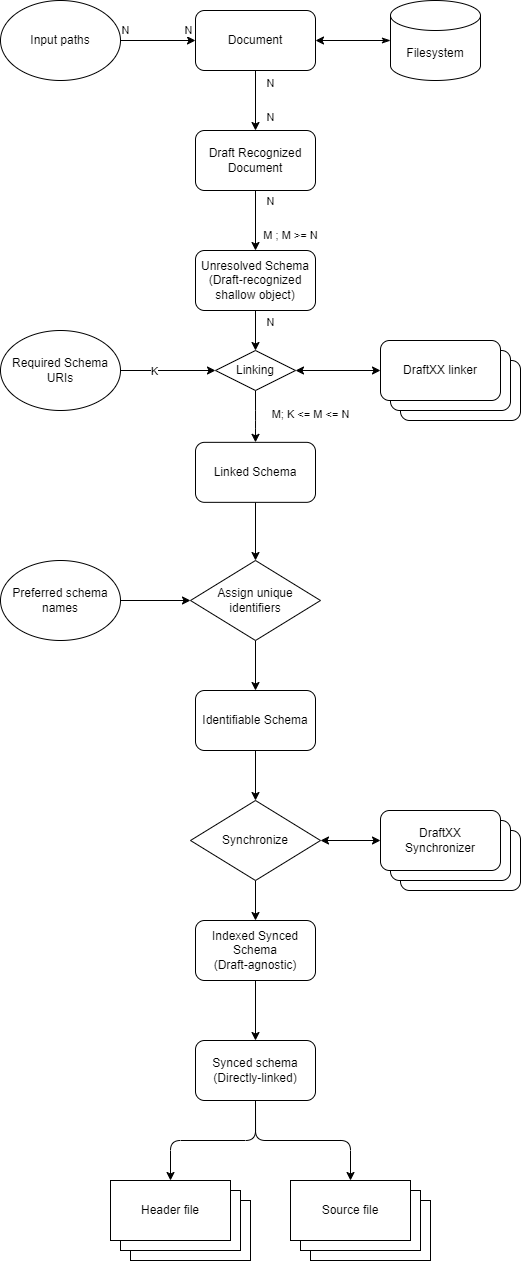
sakars/JSOG keeps this draw.io diagram as docs/pipeline.drawio.png. Above is the earlier version. Source tidied: cells renumbered, new cells last; positions are measured from the earlier drawing's top-left corner, leaving out a move shared by most shapes.
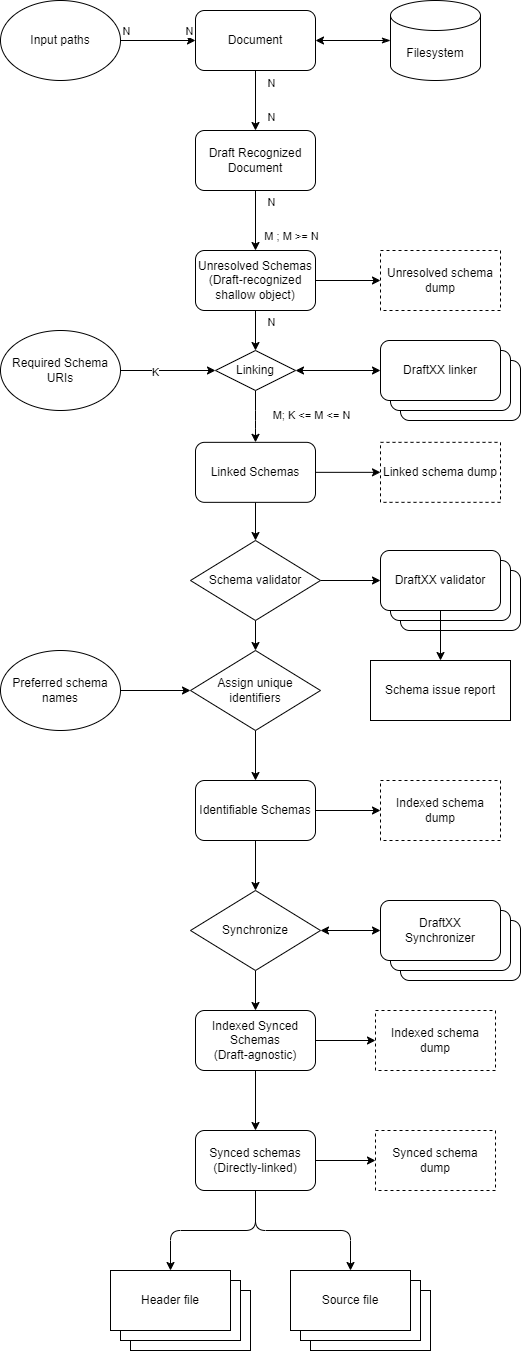
The same diagram one commit later.

Commit message:
Schema issue reporter and draft-specific code reorganization

Change to the diagram source:
```diff
@@ -42,20 +42,29 @@
         <mxPoint x="16" y="5" as="offset" />
       </mxGeometry>
     </mxCell>
+    <mxCell id="58" style="edgeStyle=none;html=1;exitX=1;exitY=0.5;exitDx=0;exitDy=0;entryX=0;entryY=0.5;entryDx=0;entryDy=0;" parent="1" edge="1" source="12" target="77">
+      <mxGeometry relative="1" as="geometry" />
+    </mxCell>
-    <mxCell id="12" value="Unresolved Schema&lt;br&gt;(Draft-recognized shallow object)" style="rounded=1;whiteSpace=wrap;html=1;" parent="1" vertex="1">
+    <mxCell id="12" value="Unresolved Schemas&lt;br&gt;(Draft-recognized shallow object)" style="rounded=1;whiteSpace=wrap;html=1;" parent="1" vertex="1">
       <mxGeometry x="195" y="250" width="120" height="60" as="geometry" />
     </mxCell>
-    <mxCell id="13" style="edgeStyle=orthogonalEdgeStyle;html=1;exitX=0.5;exitY=1;exitDx=0;exitDy=0;entryX=0.5;entryY=0;entryDx=0;entryDy=0;startArrow=none;startFill=0;endArrow=classic;endFill=1;" parent="1" edge="1" source="14" target="29">
-      <mxGeometry relative="1" as="geometry" />
-    </mxCell>
+    <mxCell id="59" style="edgeStyle=none;html=1;exitX=0.5;exitY=1;exitDx=0;exitDy=0;entryX=0.5;entryY=0;entryDx=0;entryDy=0;" parent="1" edge="1" source="14" target="66">
+      <mxGeometry relative="1" as="geometry" />
+    </mxCell>
+    <mxCell id="60" style="edgeStyle=none;html=1;exitX=1;exitY=0.5;exitDx=0;exitDy=0;entryX=0;entryY=0.5;entryDx=0;entryDy=0;" parent="1" edge="1" source="14" target="76">
+      <mxGeometry relative="1" as="geometry" />
+    </mxCell>
-    <mxCell id="14" value="Linked Schema" style="rounded=1;whiteSpace=wrap;html=1;" parent="1" vertex="1">
+    <mxCell id="14" value="Linked Schemas" style="rounded=1;whiteSpace=wrap;html=1;" parent="1" vertex="1">
       <mxGeometry x="195" y="441.8" width="120" height="60" as="geometry" />
     </mxCell>
     <mxCell id="15" style="edgeStyle=orthogonalEdgeStyle;html=1;exitX=0.5;exitY=1;exitDx=0;exitDy=0;entryX=0.5;entryY=0;entryDx=0;entryDy=0;startArrow=none;startFill=0;endArrow=classic;endFill=1;" parent="1" edge="1" source="16" target="42">
       <mxGeometry relative="1" as="geometry" />
     </mxCell>
+    <mxCell id="61" style="edgeStyle=none;html=1;exitX=1;exitY=0.5;exitDx=0;exitDy=0;entryX=0;entryY=0.5;entryDx=0;entryDy=0;" parent="1" edge="1" source="16" target="75">
+      <mxGeometry relative="1" as="geometry" />
+    </mxCell>
-    <mxCell id="16" value="Identifiable Schema" style="rounded=1;whiteSpace=wrap;html=1;" parent="1" vertex="1">
-      <mxGeometry x="195" y="690" width="120" height="60" as="geometry" />
+    <mxCell id="16" value="Identifiable Schemas" style="rounded=1;whiteSpace=wrap;html=1;" parent="1" vertex="1">
+      <mxGeometry x="195" y="780" width="120" height="60" as="geometry" />
     </mxCell>
     <mxCell id="17" style="edgeStyle=orthogonalEdgeStyle;html=1;exitX=1;exitY=0.5;exitDx=0;exitDy=0;entryX=0;entryY=0.5;entryDx=0;entryDy=0;startArrow=none;startFill=0;endArrow=classic;endFill=1;" parent="1" edge="1" source="20" target="5">
       <mxGeometry relative="1" as="geometry" />
@@ -105,13 +114,13 @@
       <mxGeometry relative="1" as="geometry" />
     </mxCell>
     <mxCell id="29" value="Assign unique identifiers" style="rhombus;whiteSpace=wrap;html=1;" parent="1" vertex="1">
-      <mxGeometry x="190" y="560" width="130" height="80" as="geometry" />
+      <mxGeometry x="190" y="650" width="130" height="80" as="geometry" />
     </mxCell>
     <mxCell id="30" style="edgeStyle=orthogonalEdgeStyle;html=1;exitX=1;exitY=0.5;exitDx=0;exitDy=0;entryX=0;entryY=0.5;entryDx=0;entryDy=0;startArrow=none;startFill=0;endArrow=classic;endFill=1;" parent="1" edge="1" source="31" target="29">
       <mxGeometry relative="1" as="geometry" />
     </mxCell>
     <mxCell id="31" value="Preferred schema names" style="ellipse;whiteSpace=wrap;html=1;" parent="1" vertex="1">
-      <mxGeometry y="560" width="120" height="80" as="geometry" />
+      <mxGeometry y="650" width="120" height="80" as="geometry" />
     </mxCell>
     <mxCell id="32" style="group;" parent="1" vertex="1">
       <mxGeometry x="380" y="340" width="140" height="80" as="geometry" />
@@ -134,8 +143,11 @@
     <mxCell id="38" style="edgeStyle=orthogonalEdgeStyle;html=1;exitX=0.5;exitY=1;exitDx=0;exitDy=0;startArrow=none;startFill=0;endArrow=classic;endFill=1;" parent="1" edge="1" source="39" target="49">
       <mxGeometry relative="1" as="geometry" />
     </mxCell>
+    <mxCell id="62" style="edgeStyle=none;html=1;exitX=1;exitY=0.5;exitDx=0;exitDy=0;entryX=0;entryY=0.5;entryDx=0;entryDy=0;" parent="1" edge="1" source="39" target="74">
+      <mxGeometry relative="1" as="geometry" />
+    </mxCell>
-    <mxCell id="39" value="Indexed Synced Schema&lt;br&gt;(Draft-agnostic)" style="rounded=1;whiteSpace=wrap;html=1;" parent="1" vertex="1">
-      <mxGeometry x="195" y="920" width="120" height="60" as="geometry" />
+    <mxCell id="39" value="Indexed Synced Schemas&lt;br&gt;(Draft-agnostic)" style="rounded=1;whiteSpace=wrap;html=1;" parent="1" vertex="1">
+      <mxGeometry x="195" y="1010" width="120" height="60" as="geometry" />
     </mxCell>
     <mxCell id="40" style="edgeStyle=orthogonalEdgeStyle;html=1;exitX=0.5;exitY=1;exitDx=0;exitDy=0;entryX=0.5;entryY=0;entryDx=0;entryDy=0;startArrow=none;startFill=0;endArrow=classic;endFill=1;" parent="1" edge="1" source="42" target="39">
       <mxGeometry relative="1" as="geometry" />
@@ -144,10 +156,10 @@
       <mxGeometry relative="1" as="geometry" />
     </mxCell>
     <mxCell id="42" value="Synchronize" style="rhombus;whiteSpace=wrap;html=1;" parent="1" vertex="1">
-      <mxGeometry x="190" y="800" width="130" height="80" as="geometry" />
+      <mxGeometry x="190" y="890" width="130" height="80" as="geometry" />
     </mxCell>
     <mxCell id="43" style="group;" parent="1" vertex="1">
-      <mxGeometry x="380" y="810" width="140" height="80" as="geometry" />
+      <mxGeometry x="380" y="900" width="140" height="80" as="geometry" />
     </mxCell>
     <mxCell id="44" style="rounded=1;whiteSpace=wrap;html=1;" parent="43" vertex="1">
       <mxGeometry x="20" y="20" width="120" height="60" as="geometry" />
@@ -164,11 +176,14 @@
     <mxCell id="48" style="edgeStyle=orthogonalEdgeStyle;html=1;exitX=0.5;exitY=1;exitDx=0;exitDy=0;entryX=0.5;entryY=0;entryDx=0;entryDy=0;startArrow=none;startFill=0;endArrow=classic;endFill=1;" parent="1" edge="1" source="49" target="57">
       <mxGeometry relative="1" as="geometry" />
     </mxCell>
+    <mxCell id="63" style="edgeStyle=none;html=1;exitX=1;exitY=0.5;exitDx=0;exitDy=0;entryX=0;entryY=0.5;entryDx=0;entryDy=0;" parent="1" edge="1" source="49" target="73">
+      <mxGeometry relative="1" as="geometry" />
+    </mxCell>
-    <mxCell id="49" value="Synced schema&lt;br&gt;(Directly-linked)" style="rounded=1;whiteSpace=wrap;html=1;" parent="1" vertex="1">
-      <mxGeometry x="195" y="1040" width="120" height="60" as="geometry" />
+    <mxCell id="49" value="Synced schemas&lt;br&gt;(Directly-linked)" style="rounded=1;whiteSpace=wrap;html=1;" parent="1" vertex="1">
+      <mxGeometry x="195" y="1130" width="120" height="60" as="geometry" />
     </mxCell>
     <mxCell id="50" style="group;" parent="1" vertex="1">
-      <mxGeometry x="110" y="1180" width="140" height="80" as="geometry" />
+      <mxGeometry x="110" y="1270" width="140" height="80" as="geometry" />
     </mxCell>
     <mxCell id="51" value="Header file" style="rounded=0;whiteSpace=wrap;html=1;" parent="50" vertex="1">
       <mxGeometry x="20" y="20" width="120" height="60" as="geometry" />
@@ -180,7 +195,7 @@
       <mxGeometry width="120" height="60" as="geometry" />
     </mxCell>
     <mxCell id="54" style="group;" parent="1" vertex="1">
-      <mxGeometry x="290" y="1180" width="140" height="80" as="geometry" />
+      <mxGeometry x="290" y="1270" width="140" height="80" as="geometry" />
     </mxCell>
     <mxCell id="55" value="Source file" style="rounded=0;whiteSpace=wrap;html=1;" parent="54" vertex="1">
       <mxGeometry x="20" y="20" width="120" height="60" as="geometry" />
@@ -191,5 +206,47 @@
     <mxCell id="57" value="Source file" style="rounded=0;whiteSpace=wrap;html=1;" parent="54" vertex="1">
       <mxGeometry width="120" height="60" as="geometry" />
     </mxCell>
+    <mxCell id="64" style="edgeStyle=none;html=1;exitX=0.5;exitY=1;exitDx=0;exitDy=0;entryX=0.5;entryY=0;entryDx=0;entryDy=0;" parent="1" edge="1" source="66" target="29">
+      <mxGeometry relative="1" as="geometry" />
+    </mxCell>
+    <mxCell id="65" style="edgeStyle=none;html=1;exitX=1;exitY=0.5;exitDx=0;exitDy=0;entryX=0;entryY=0.5;entryDx=0;entryDy=0;" parent="1" edge="1" source="66" target="70">
+      <mxGeometry relative="1" as="geometry" />
+    </mxCell>
+    <mxCell id="66" value="Schema validator" style="rhombus;whiteSpace=wrap;html=1;" parent="1" vertex="1">
+      <mxGeometry x="190" y="540" width="130" height="80" as="geometry" />
+    </mxCell>
+    <mxCell id="67" style="group;" parent="1" vertex="1">
+      <mxGeometry x="380" y="550" width="140" height="80" as="geometry" />
+    </mxCell>
+    <mxCell id="68" style="rounded=1;whiteSpace=wrap;html=1;" parent="67" vertex="1">
+      <mxGeometry x="20" y="20" width="120" height="60" as="geometry" />
+    </mxCell>
+    <mxCell id="69" style="rounded=1;whiteSpace=wrap;html=1;" parent="67" vertex="1">
+      <mxGeometry x="10" y="10" width="120" height="60" as="geometry" />
+    </mxCell>
+    <mxCell id="70" value="DraftXX validator" style="rounded=1;whiteSpace=wrap;html=1;" parent="67" vertex="1">
+      <mxGeometry width="120" height="60" as="geometry" />
+    </mxCell>
+    <mxCell id="71" style="edgeStyle=none;html=1;exitX=0.5;exitY=1;exitDx=0;exitDy=0;entryX=0.5;entryY=0;entryDx=0;entryDy=0;" parent="1" edge="1" source="70" target="72">
+      <mxGeometry relative="1" as="geometry" />
+    </mxCell>
+    <mxCell id="72" value="Schema issue report" style="rounded=0;whiteSpace=wrap;html=1;" parent="1" vertex="1">
+      <mxGeometry x="370" y="660" width="140" height="60" as="geometry" />
+    </mxCell>
+    <mxCell id="73" value="Synced schema dump" style="rounded=0;whiteSpace=wrap;html=1;dashed=1;" parent="1" vertex="1">
+      <mxGeometry x="375" y="1130" width="120" height="60" as="geometry" />
+    </mxCell>
+    <mxCell id="74" value="Indexed schema dump" style="rounded=0;whiteSpace=wrap;html=1;dashed=1;" parent="1" vertex="1">
+      <mxGeometry x="375" y="1010" width="120" height="60" as="geometry" />
+    </mxCell>
+    <mxCell id="75" value="Indexed schema dump" style="rounded=0;whiteSpace=wrap;html=1;dashed=1;" parent="1" vertex="1">
+      <mxGeometry x="380" y="780" width="120" height="60" as="geometry" />
+    </mxCell>
+    <mxCell id="76" value="Linked schema dump" style="rounded=0;whiteSpace=wrap;html=1;dashed=1;" parent="1" vertex="1">
+      <mxGeometry x="380" y="441.8" width="120" height="60" as="geometry" />
+    </mxCell>
+    <mxCell id="77" value="Unresolved schema dump" style="rounded=0;whiteSpace=wrap;html=1;dashed=1;" parent="1" vertex="1">
+      <mxGeometry x="380" y="250" width="120" height="60" as="geometry" />
+    </mxCell>
   </root>
 </mxGraphModel>
```
